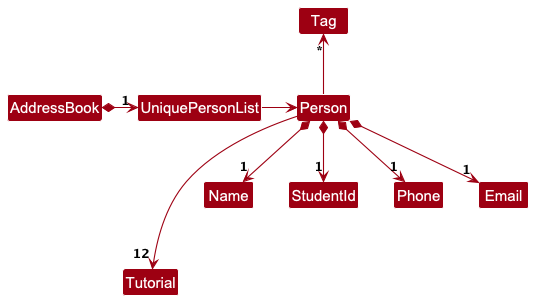
Earlier version of the PlantUML export docs/images/BetterModelClassDiagram.png (nus-cs2103-AY2425S1/tp).
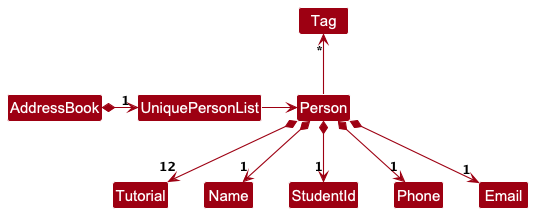
After the change.

Change to the diagram source:
```diff
@@ -10,7 +10,7 @@
 
 Person -up-> "*" Tag
 
-Person ---> "12" Tutorial
+Person *--> "12" Tutorial
 Person *--> "1" Name
 Person *--> "1" StudentId
 Person *--> "1" Phone
```
